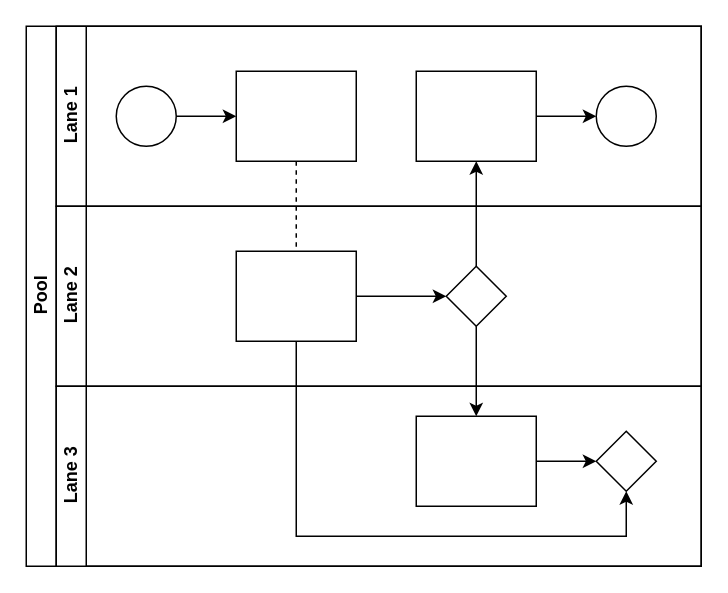
This is Untitled Diagram.drawio from bactq/cmder, a draw.io file, before an edit. Source tidied: cells renumbered, new cells numbered last; positions are measured from the earlier drawing's top-left corner, leaving out a move shared by most shapes. Both pictures are drawn from the tidied source at 150%, with x=0, y=0 at pixel (26, 26).
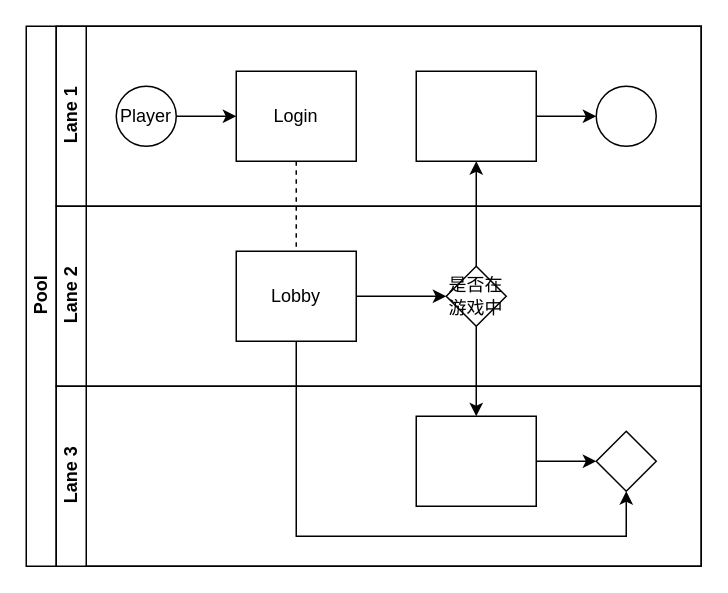
After the change.

Commit message:
rummy-logic

The change refers to these unchanged cells:
```xml
<mxCell id="7" value="Lane 1" style="swimlane;html=1;startSize=20;horizontal=0;" parent="2" vertex="1">
  <mxGeometry x="20" width="430" height="120" as="geometry" />
</mxCell>
<mxCell id="14" value="Lane 2" style="swimlane;html=1;startSize=20;horizontal=0;" parent="2" vertex="1">
  <mxGeometry x="20" y="120" width="430" height="120" as="geometry" />
</mxCell>
```

Change to the diagram source:
```diff
@@
-    <mxCell id="9" style="ellipse;whiteSpace=wrap;html=1;" parent="7" vertex="1">
+    <mxCell id="9" value="Player" style="ellipse;whiteSpace=wrap;html=1;" parent="7" vertex="1">
       <mxGeometry x="40" y="40" width="40" height="40" as="geometry" />
     </mxCell>
-    <mxCell id="10" style="rounded=0;whiteSpace=wrap;html=1;fontFamily=Helvetica;fontSize=12;fontColor=#000000;align=center;" parent="7" vertex="1">
+    <mxCell id="10" value="Login" style="rounded=0;whiteSpace=wrap;html=1;fontFamily=Helvetica;fontSize=12;fontColor=#000000;align=center;" parent="7" vertex="1">
       <mxGeometry x="120" y="30" width="80" height="60" as="geometry" />
     </mxCell>
@@
-    <mxCell id="16" style="rounded=0;whiteSpace=wrap;html=1;fontFamily=Helvetica;fontSize=12;fontColor=#000000;align=center;" parent="14" vertex="1">
+    <mxCell id="16" value="Lobby" style="rounded=0;whiteSpace=wrap;html=1;fontFamily=Helvetica;fontSize=12;fontColor=#000000;align=center;" parent="14" vertex="1">
       <mxGeometry x="120" y="30" width="80" height="60" as="geometry" />
     </mxCell>
-    <mxCell id="17" style="rhombus;whiteSpace=wrap;html=1;fontFamily=Helvetica;fontSize=12;fontColor=#000000;align=center;" parent="14" vertex="1">
+    <mxCell id="17" value="是否在游戏中" style="rhombus;whiteSpace=wrap;html=1;fontFamily=Helvetica;fontSize=12;fontColor=#000000;align=center;" parent="14" vertex="1">
       <mxGeometry x="260" y="40" width="40" height="40" as="geometry" />
     </mxCell>
```
